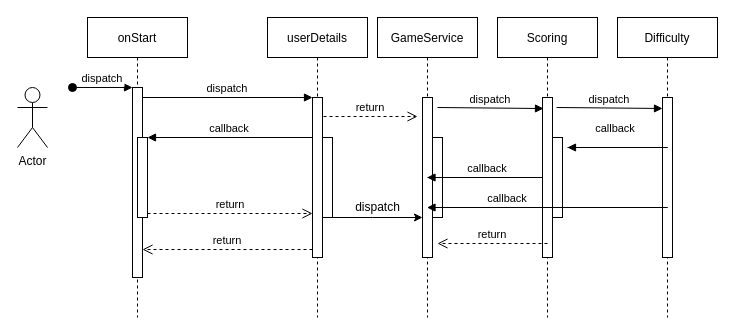
This is Untitled Diagram.drawio from piyush97/tetris, a draw.io file, before an edit. Source tidied: cells renumbered, new cells numbered last; positions are measured from the earlier drawing's top-left corner, leaving out a move shared by most shapes. Both pictures are drawn from the tidied source at 100%, with x=0, y=0 at pixel (17, 17).
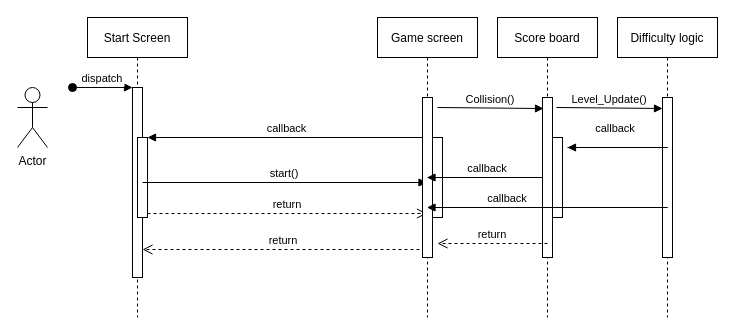
Above is the later version.

The change refers to these unchanged cells:
```xml
<mxCell id="3" style="points=[];perimeter=orthogonalPerimeter;rounded=0;shadow=0;strokeWidth=1;" parent="2" vertex="1">
  <mxGeometry x="45" y="70" width="10" height="190" as="geometry" />
</mxCell>
<mxCell id="5" style="points=[];perimeter=orthogonalPerimeter;rounded=0;shadow=0;strokeWidth=1;" parent="2" vertex="1">
  <mxGeometry x="50" y="120" width="10" height="80" as="geometry" />
</mxCell>
<mxCell id="15" style="points=[];perimeter=orthogonalPerimeter;rounded=0;shadow=0;strokeWidth=1;" parent="14" vertex="1">
  <mxGeometry x="45" y="80" width="10" height="160" as="geometry" />
</mxCell>
<mxCell id="20" style="points=[];perimeter=orthogonalPerimeter;rounded=0;shadow=0;strokeWidth=1;" parent="19" vertex="1">
  <mxGeometry x="45" y="80" width="10" height="160" as="geometry" />
</mxCell>
```

The edit, as a diff of the source:
```diff
@@
-    <mxCell id="2" value="onStart" style="shape=umlLifeline;perimeter=lifelinePerimeter;rounded=0;shadow=0;strokeWidth=1;" parent="1" vertex="1">
+    <mxCell id="2" value="Start Screen" style="shape=umlLifeline;perimeter=lifelinePerimeter;rounded=0;shadow=0;strokeWidth=1;" parent="1" vertex="1">
       <mxGeometry x="70" width="100" height="300" as="geometry" />
     </mxCell>
@@
-    <mxCell id="6" value="userDetails" style="shape=umlLifeline;perimeter=lifelinePerimeter;rounded=0;shadow=0;strokeWidth=1;" parent="1" vertex="1">
-      <mxGeometry x="250" width="100" height="300" as="geometry" />
-    </mxCell>
-    <mxCell id="7" style="points=[];perimeter=orthogonalPerimeter;rounded=0;shadow=0;strokeWidth=1;" parent="6" vertex="1">
-      <mxGeometry x="45" y="80" width="10" height="160" as="geometry" />
-    </mxCell>
-    <mxCell id="8" style="perimeter=orthogonalPerimeter;rounded=0;shadow=0;strokeWidth=1;" parent="6" vertex="1">
-      <mxGeometry x="55" y="120" width="10" height="80" as="geometry" />
-    </mxCell>
-    <mxCell id="9" value="return" style="verticalAlign=bottom;endArrow=open;dashed=1;endSize=8;exitX=0;exitY=0.95;shadow=0;strokeWidth=1;" parent="1" edge="1" source="7" target="3">
+    <mxCell id="9" value="return" style="verticalAlign=bottom;endArrow=open;dashed=1;endSize=8;exitX=0.3;exitY=0.95;shadow=0;strokeWidth=1;exitDx=0;exitDy=0;exitPerimeter=0;" parent="1" edge="1" source="15" target="3">
       <mxGeometry relative="1" as="geometry" />
     </mxCell>
-    <mxCell id="10" value="dispatch" style="verticalAlign=bottom;endArrow=block;entryX=0;entryY=0;shadow=0;strokeWidth=1;" parent="1" edge="1" source="3" target="7">
+    <mxCell id="10" value="start()" style="verticalAlign=bottom;endArrow=block;shadow=0;strokeWidth=1;" parent="1" edge="1" source="3" target="14">
       <mxGeometry relative="1" as="geometry" />
     </mxCell>
-    <mxCell id="11" value="callback" style="verticalAlign=bottom;endArrow=block;entryX=1;entryY=0;shadow=0;strokeWidth=1;" parent="1" edge="1" source="7" target="5">
+    <mxCell id="11" value="callback" style="verticalAlign=bottom;endArrow=block;entryX=1;entryY=0;shadow=0;strokeWidth=1;" parent="1" edge="1" source="14" target="5">
       <mxGeometry relative="1" as="geometry" />
     </mxCell>
-    <mxCell id="12" value="return" style="verticalAlign=bottom;endArrow=open;dashed=1;endSize=8;exitX=1;exitY=0.95;shadow=0;strokeWidth=1;" parent="1" edge="1" source="5" target="7">
+    <mxCell id="12" value="return" style="verticalAlign=bottom;endArrow=open;dashed=1;endSize=8;exitX=1;exitY=0.95;shadow=0;strokeWidth=1;" parent="1" edge="1" source="5" target="14">
       <mxGeometry relative="1" as="geometry" />
     </mxCell>
@@
-    <mxCell id="14" value="GameService" style="shape=umlLifeline;perimeter=lifelinePerimeter;rounded=0;shadow=0;strokeWidth=1;" parent="1" vertex="1">
+    <mxCell id="14" value="Game screen" style="shape=umlLifeline;perimeter=lifelinePerimeter;rounded=0;shadow=0;strokeWidth=1;" parent="1" vertex="1">
       <mxGeometry x="360" width="100" height="300" as="geometry" />
     </mxCell>
@@
-    <mxCell id="16" value="dispatch" style="text;html=1;align=center;verticalAlign=middle;fillColor=none;strokeColor=none;rounded=0;" parent="14" vertex="1">
-      <mxGeometry x="-30" y="180" width="60" height="20" as="geometry" />
-    </mxCell>
@@
-    <mxCell id="18" style="edgeStyle=orthogonalEdgeStyle;rounded=0;jettySize=auto;html=1;" parent="1" edge="1" source="7" target="15">
-      <mxGeometry relative="1" as="geometry">
-        <Array as="points">
-          <mxPoint x="355" y="200" />
-          <mxPoint x="355" y="200" />
-        </Array>
-      </mxGeometry>
-    </mxCell>
-    <mxCell id="19" value="Scoring" style="shape=umlLifeline;perimeter=lifelinePerimeter;rounded=0;shadow=0;strokeWidth=1;" parent="1" vertex="1">
+    <mxCell id="19" value="Score board" style="shape=umlLifeline;perimeter=lifelinePerimeter;rounded=0;shadow=0;strokeWidth=1;" parent="1" vertex="1">
       <mxGeometry x="480" width="100" height="300" as="geometry" />
     </mxCell>
@@
-    <mxCell id="21" value="dispatch" style="verticalAlign=bottom;endArrow=block;shadow=0;strokeWidth=1;entryX=0.1;entryY=0.069;entryDx=0;entryDy=0;entryPerimeter=0;" parent="19" edge="1" target="20">
+    <mxCell id="21" value="Collision()" style="verticalAlign=bottom;endArrow=block;shadow=0;strokeWidth=1;entryX=0.1;entryY=0.069;entryDx=0;entryDy=0;entryPerimeter=0;" parent="19" edge="1" target="20">
       <mxGeometry relative="1" as="geometry">
         <mxPoint x="-60" y="90" as="sourcePoint" />
       </mxGeometry>
     </mxCell>
@@
-    <mxCell id="24" value="Difficulty" style="shape=umlLifeline;perimeter=lifelinePerimeter;rounded=0;shadow=0;strokeWidth=1;" parent="1" vertex="1">
+    <mxCell id="24" value="Difficulty logic" style="shape=umlLifeline;perimeter=lifelinePerimeter;rounded=0;shadow=0;strokeWidth=1;" parent="1" vertex="1">
       <mxGeometry x="600" width="100" height="300" as="geometry" />
     </mxCell>
@@
-    <mxCell id="26" value="dispatch" style="verticalAlign=bottom;endArrow=block;shadow=0;strokeWidth=1;entryX=0.1;entryY=0.069;entryDx=0;entryDy=0;entryPerimeter=0;" parent="24" edge="1">
+    <mxCell id="26" value="Level_Update()" style="verticalAlign=bottom;endArrow=block;shadow=0;strokeWidth=1;entryX=0.1;entryY=0.069;entryDx=0;entryDy=0;entryPerimeter=0;" parent="24" edge="1">
       <mxGeometry relative="1" as="geometry">
         <mxPoint x="-61" y="90" as="sourcePoint" />
         <mxPoint x="45" y="91" as="targetPoint" />
       </mxGeometry>
     </mxCell>
@@
-    <mxCell id="30" value="return" style="verticalAlign=bottom;endArrow=open;dashed=1;endSize=8;exitX=1.1;exitY=0.119;shadow=0;strokeWidth=1;exitDx=0;exitDy=0;exitPerimeter=0;" parent="1" edge="1" source="7">
-      <mxGeometry relative="1" as="geometry">
-        <mxPoint x="400" y="99" as="targetPoint" />
-      </mxGeometry>
-    </mxCell>
```
